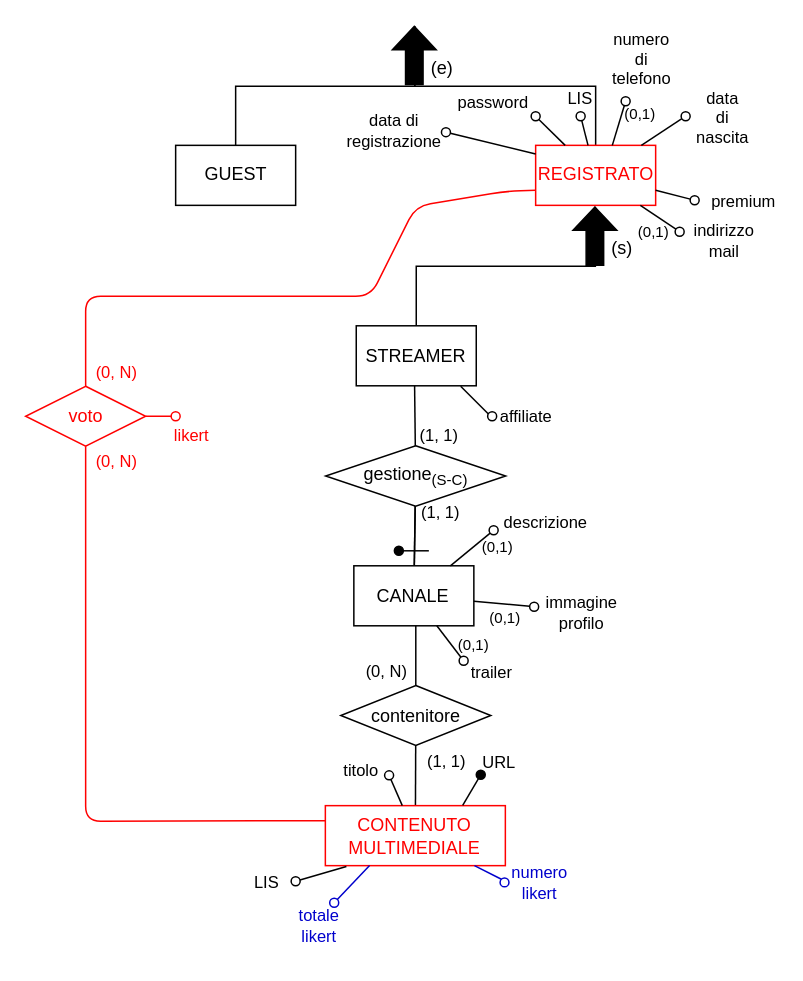
This is Progetto Esame - DBSperimentazioni A.A. 2023-2024/Diagrammi/ridondanze/2.3.1.1_rid_1_cor.drawio from Mattron2000/Basi_di_dati, a draw.io file, before an edit. Source tidied: cells renumbered, new cells numbered last; positions are measured from the earlier drawing's top-left corner, leaving out a move shared by most shapes. Both pictures are drawn from the tidied source at 150%, with x=0, y=0 at pixel (26, 26).
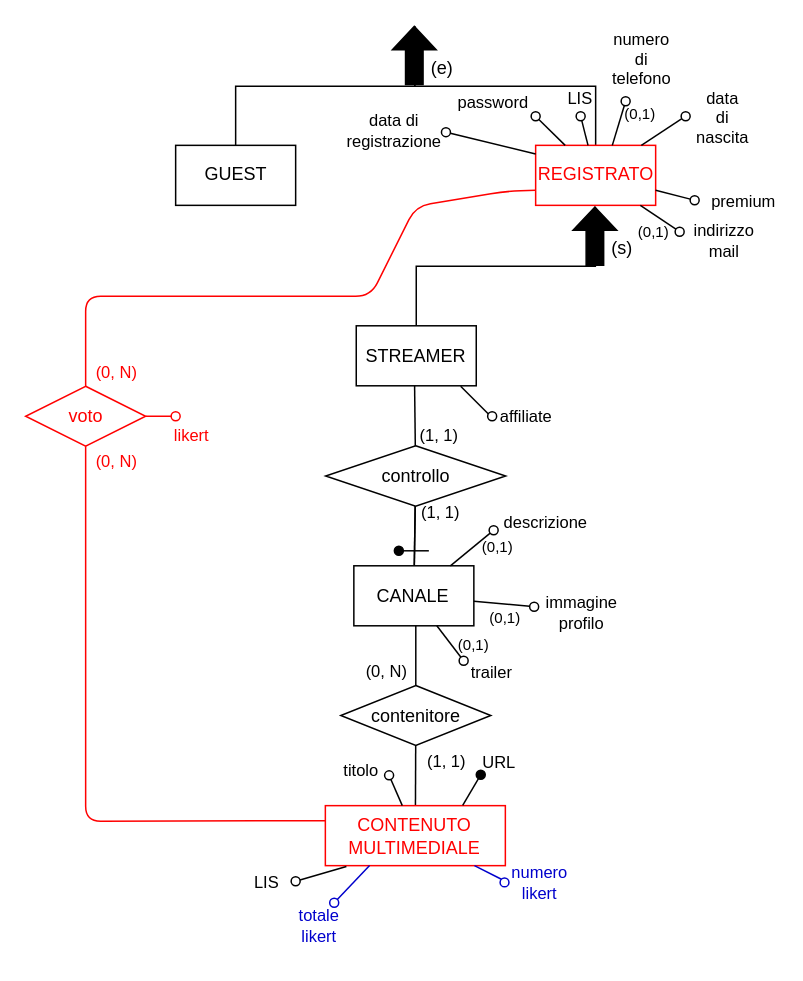
The same page after the edit.

What changed in the source:
```diff
@@
-    <mxCell id="26" value="&lt;font style=&quot;font-size: 12px;&quot;&gt;gestione&lt;sub style=&quot;&quot;&gt;(S-C)&lt;/sub&gt;&lt;/font&gt;" style="rhombus;whiteSpace=wrap;html=1;" parent="1" vertex="1">
+    <mxCell id="26" value="controllo" style="rhombus;whiteSpace=wrap;html=1;" parent="1" vertex="1">
       <mxGeometry x="199.6" y="279.7" width="120" height="40.3" as="geometry" />
     </mxCell>
```
